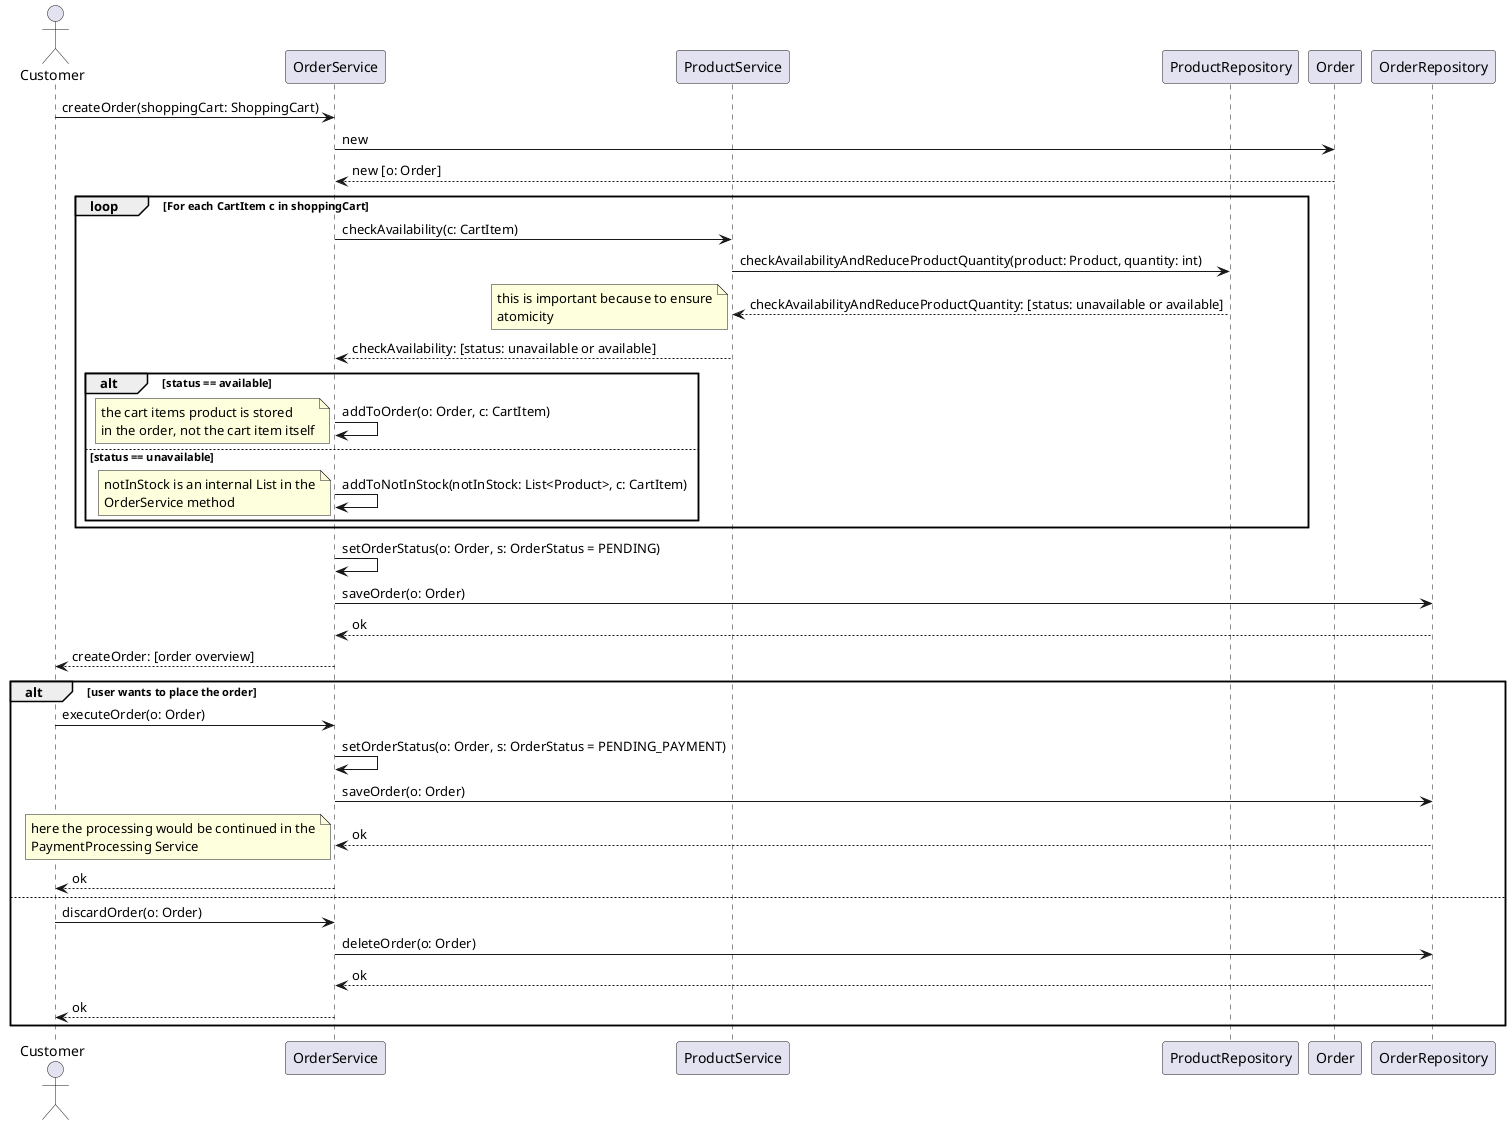
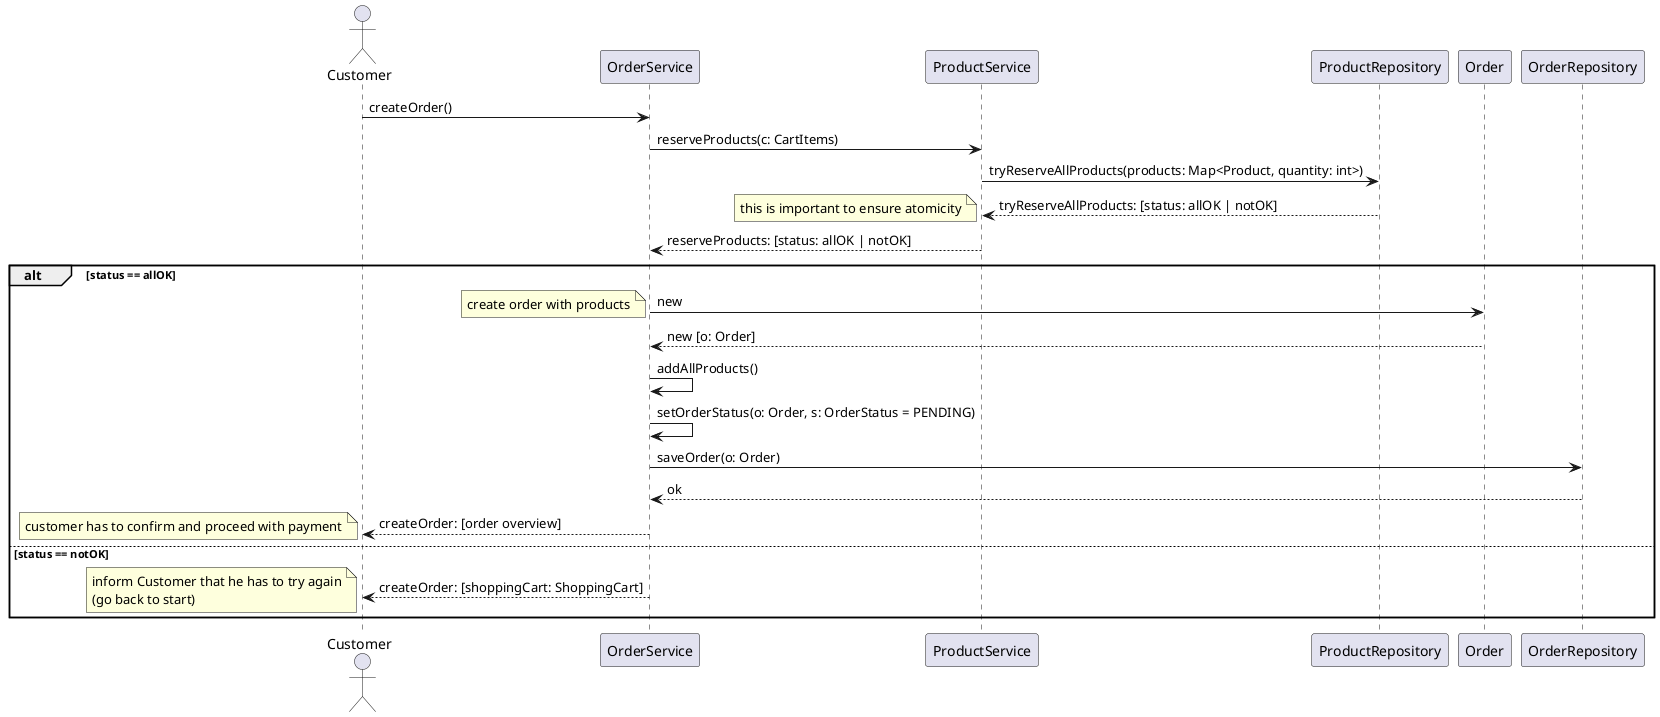
@startuml

actor Customer
participant OrderService
participant ProductService
participant ProductRepository
participant Order
participant OrderRepository

- Customer -> OrderService: createOrder(shoppingCart: ShoppingCart)
- OrderService -> Order: new
- Order --> OrderService: new [o: Order]
- loop For each CartItem c in shoppingCart
-     OrderService -> ProductService: checkAvailability(c: CartItem)
-     ProductService -> ProductRepository: checkAvailabilityAndReduceProductQuantity(product: Product, quantity: int)
-     ProductRepository --> ProductService: checkAvailabilityAndReduceProductQuantity: [status: unavailable or available]
+ Customer -> OrderService: createOrder()
+ 
+ OrderService -> ProductService: reserveProducts(c: CartItems)
+ ProductService -> ProductRepository: tryReserveAllProducts(products: Map<Product, quantity: int>)
+ ProductRepository --> ProductService: tryReserveAllProducts: [status: allOK | notOK]
+ note left
+     this is important to ensure atomicity
+ end note
+ ProductService --> OrderService: reserveProducts: [status: allOK | notOK]
+ alt status == allOK
+     OrderService -> Order: new
    note left
-         this is important because to ensure
-         atomicity
+         create order with products
    end note
-     ProductService --> OrderService: checkAvailability: [status: unavailable or available]
-     alt status == available
-         OrderService -> OrderService: addToOrder(o: Order, c: CartItem)
-         note left
-             the cart items product is stored
-             in the order, not the cart item itself
-         end note
-     else status == unavailable
-         OrderService -> OrderService: addToNotInStock(notInStock: List<Product>, c: CartItem)
-         note left
-             notInStock is an internal List in the
-             OrderService method
-         end note
-     end
- end
- 
- OrderService -> OrderService: setOrderStatus(o: Order, s: OrderStatus = PENDING)
- 
- OrderService -> OrderRepository: saveOrder(o: Order)
- OrderRepository --> OrderService: ok
- 
- OrderService --> Customer: createOrder: [order overview]
- 
- alt user wants to place the order
-     Customer -> OrderService: executeOrder(o: Order)
-     OrderService -> OrderService: setOrderStatus(o: Order, s: OrderStatus = PENDING_PAYMENT)
+     Order --> OrderService: new [o: Order]
+     OrderService -> OrderService: addAllProducts()
+     OrderService -> OrderService: setOrderStatus(o: Order, s: OrderStatus = PENDING)
    OrderService -> OrderRepository: saveOrder(o: Order)
    OrderRepository --> OrderService: ok
+     OrderService --> Customer: createOrder: [order overview]
+     note left
+         customer has to confirm and proceed with payment
+     end note
+ else status == notOK
+     OrderService --> Customer: createOrder: [shoppingCart: ShoppingCart]
+     note left
+         inform Customer that he has to try again
+         (go back to start)
+     end note
+ end alt

-     note left
-         here the processing would be continued in the
-         PaymentProcessing Service
-     end note

-     OrderService --> Customer: ok
- else
-     Customer -> OrderService: discardOrder(o: Order)
-     OrderService -> OrderRepository: deleteOrder(o: Order)
-     OrderRepository --> OrderService: ok
- 
-     OrderService --> Customer: ok
- end

@enduml
